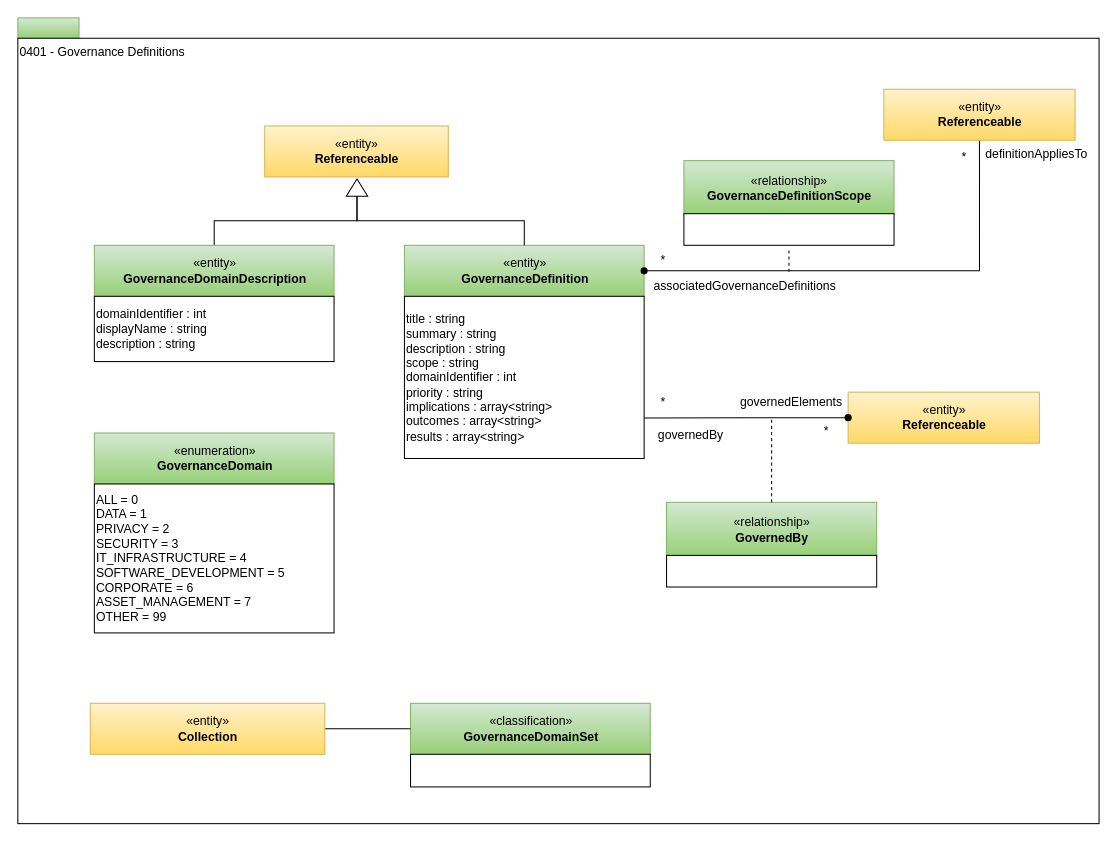
Before: page "0401-Governance-Definitions" (2 of 32) of site/docs/types/4/area-4-governance.drawio in odpi/egeria-docs, a draw.io diagram. Source tidied: cells renumbered, new cells numbered last; positions are measured from the earlier drawing's top-left corner, leaving out a move shared by most shapes. Both pictures are drawn from the tidied source at 102%, with x=0, y=0 at pixel (17, 17).
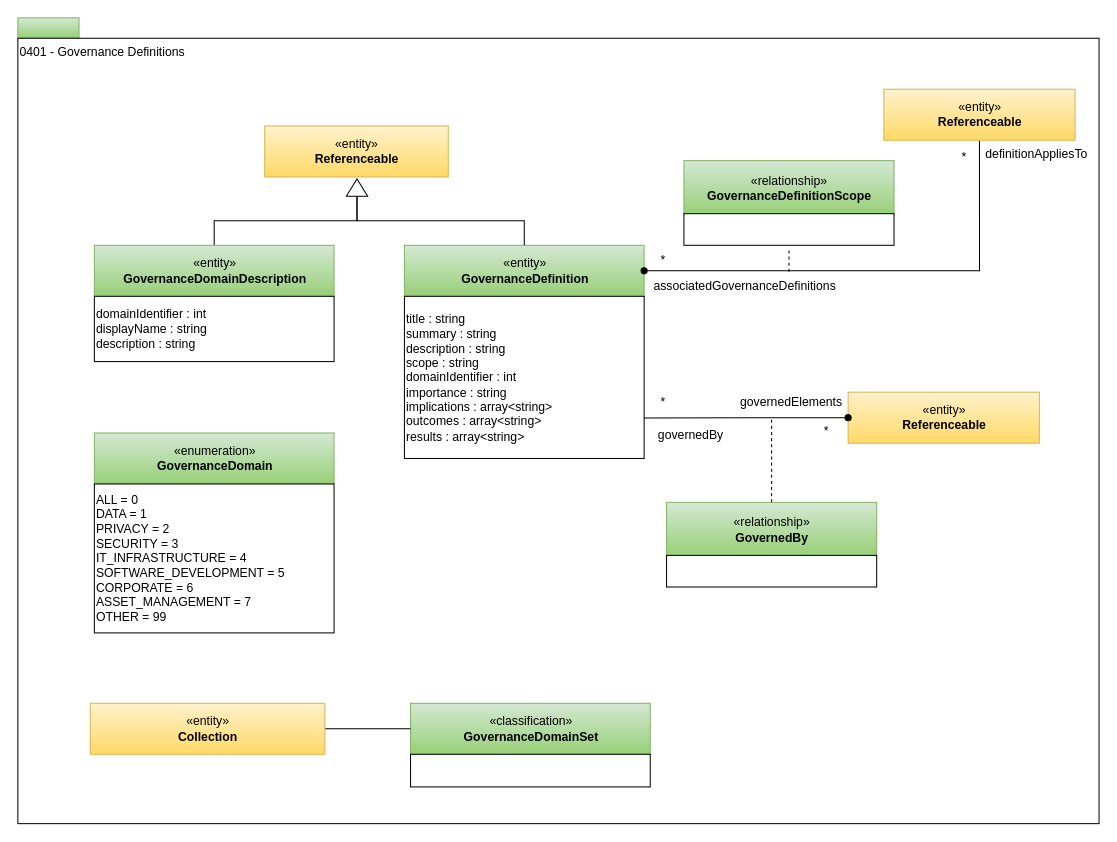
The same page after the edit.

Change to the diagram source:
```diff
@@
-    <mxCell id="8" value="title : string&lt;br&gt;summary : string&lt;br&gt;description : string&lt;br&gt;scope : string&lt;br&gt;domainIdentifier : int&lt;br&gt;priority : string&lt;br&gt;implications : array&amp;lt;string&amp;gt;&lt;br&gt;outcomes : array&amp;lt;string&amp;gt;&lt;br&gt;results : array&amp;lt;string&amp;gt;" style="rounded=0;whiteSpace=wrap;html=1;strokeColor=#000000;gradientColor=#ffffff;align=left;" parent="1" vertex="1">
+    <mxCell id="8" value="title : string&lt;br&gt;summary : string&lt;br&gt;description : string&lt;br&gt;scope : string&lt;br&gt;domainIdentifier : int&lt;br&gt;importance : string&lt;br&gt;implications : array&amp;lt;string&amp;gt;&lt;br&gt;outcomes : array&amp;lt;string&amp;gt;&lt;br&gt;results : array&amp;lt;string&amp;gt;" style="rounded=0;whiteSpace=wrap;html=1;strokeColor=#000000;gradientColor=#ffffff;align=left;" parent="1" vertex="1">
       <mxGeometry x="379" y="273" width="235" height="159" as="geometry" />
     </mxCell>
```
